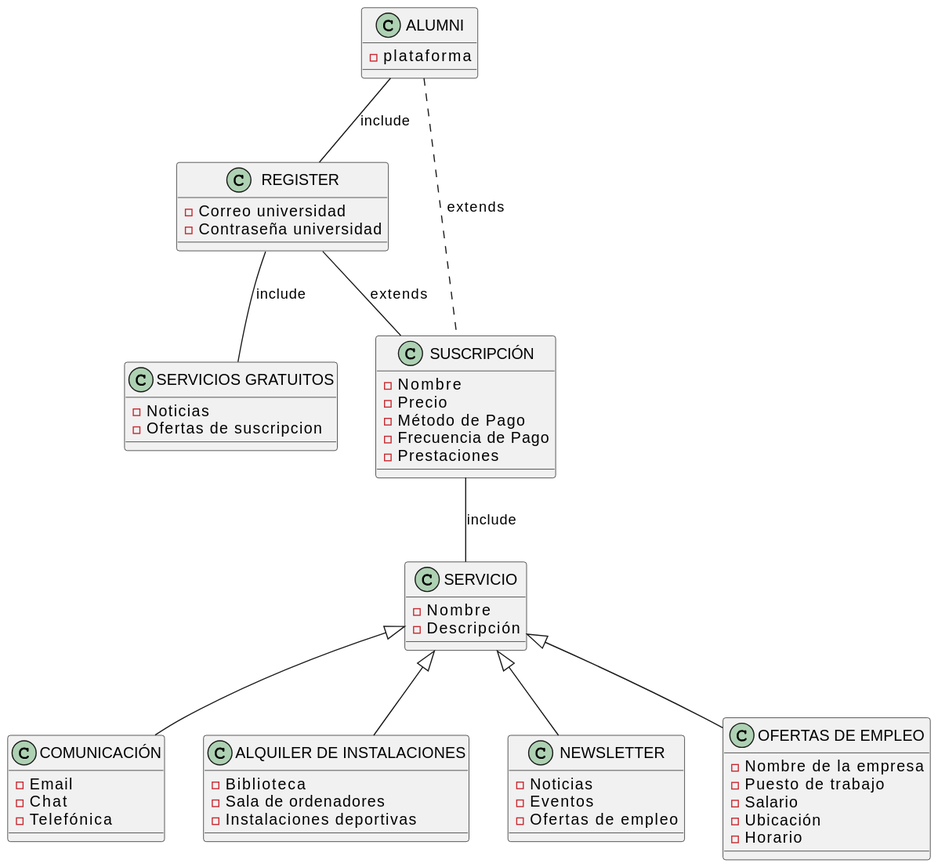
This is Modelos_de_Dominio/Modelos_Individuales/Segunda_Iteración/Pablo_Ruiz/Modelo_De_Dominio.svg from mmasias/23-24-IdSw1-SDR, a PlantUML export, as it was before one commit.
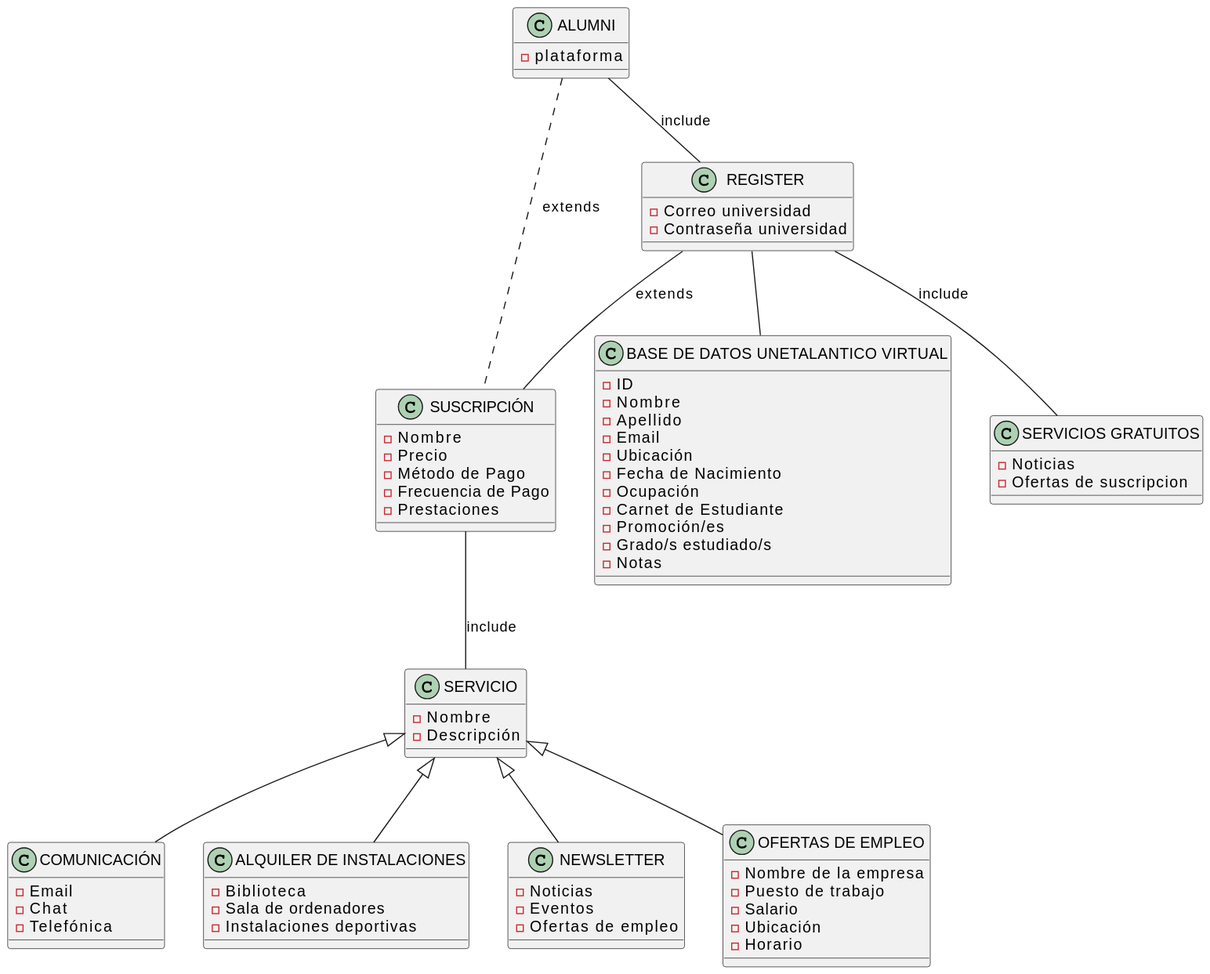
Later version of the same file.

What changed in the source:
```diff
@@ -1,5 +1,4 @@
 @startuml
-skinparam backgroundColor transparent
 skinparam defaultFontName Arial
 
 class ALUMNI {
@@ -55,6 +54,21 @@
     - Horario
 }
 
+class "BASE DE DATOS UNETALANTICO VIRTUAL"{
+    - ID
+   - Nombre
+   - Apellido
+   - Email
+   - Ubicación
+   - Fecha de Nacimiento
+   - Ocupación
+   - Carnet de Estudiante
+   - Promoción/es
+   - Grado/s estudiado/s
+   - Notas
+}
+
+REGISTER -- "BASE DE DATOS UNETALANTICO VIRTUAL"
 ALUMNI -- REGISTER : include
 ALUMNI .. SUSCRIPCIÓN  : extends
 REGISTER -- "SERVICIOS GRATUITOS" : include
```
